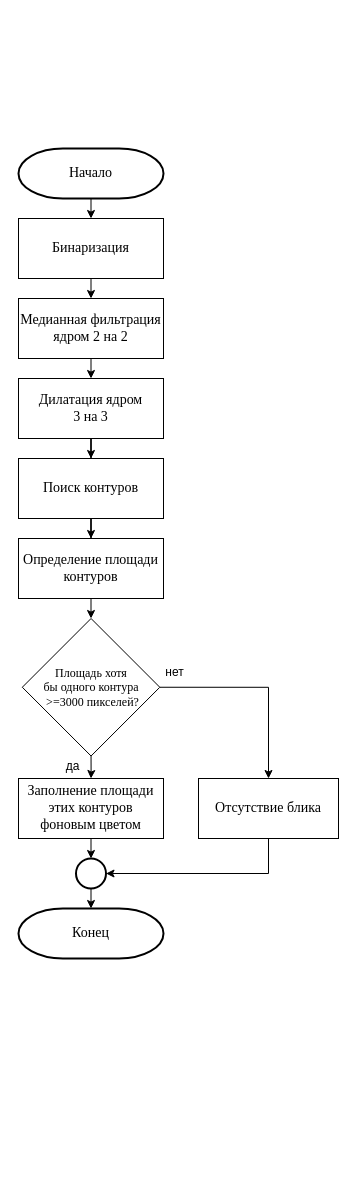
Before: page "А2 Удаление световых бликов" (2 of 7) of Flowcharts/Алгоритмы работы ИС.drawio in KanVull/Recognistion, a draw.io diagram. Source tidied: cells renumbered, new cells numbered last; positions are measured from the earlier drawing's top-left corner, leaving out a move shared by most shapes. Both pictures are drawn from the tidied source at 100%, with x=0, y=0 at pixel (18, 148).
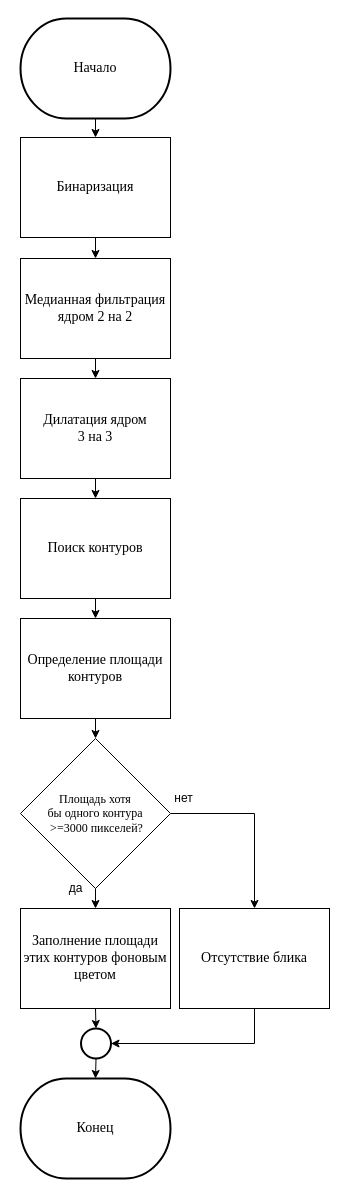
The same diagram, later.

Diff of the diagram source:
```diff
@@
     <mxCell id="3" value="&lt;font face=&quot;Times New Roman&quot; style=&quot;font-size: 14px&quot;&gt;Начало&lt;/font&gt;" style="strokeWidth=2;html=1;shape=mxgraph.flowchart.terminator;whiteSpace=wrap;" parent="1" vertex="1">
-      <mxGeometry width="145" height="50" as="geometry" />
+      <mxGeometry x="2" y="-130" width="150" height="100" as="geometry" />
     </mxCell>
-    <mxCell id="4" style="edgeStyle=orthogonalEdgeStyle;rounded=0;jettySize=auto;html=1;exitX=0.5;exitY=1;exitDx=0;exitDy=0;entryX=0.5;entryY=0;entryDx=0;entryDy=0;" parent="1" edge="1" source="5" target="7">
+    <mxCell id="4" style="edgeStyle=none;rounded=0;jettySize=auto;html=1;exitX=0.5;exitY=1;exitDx=0;exitDy=0;entryX=0.5;entryY=0;entryDx=0;entryDy=0;" parent="1" edge="1" source="5" target="7">
       <mxGeometry relative="1" as="geometry" />
     </mxCell>
     <mxCell id="5" value="&lt;font style=&quot;font-size: 14px&quot; face=&quot;Times New Roman&quot;&gt;Бинаризация&lt;/font&gt;" style="rounded=0;whiteSpace=wrap;html=1;" parent="1" vertex="1">
-      <mxGeometry y="70" width="145" height="60" as="geometry" />
+      <mxGeometry x="2" y="-11" width="150" height="100" as="geometry" />
     </mxCell>
-    <mxCell id="6" style="edgeStyle=orthogonalEdgeStyle;rounded=0;jettySize=auto;html=1;exitX=0.5;exitY=1;exitDx=0;exitDy=0;entryX=0.5;entryY=0;entryDx=0;entryDy=0;entryPerimeter=0;" parent="1" edge="1" source="7">
-      <mxGeometry relative="1" as="geometry">
-        <mxPoint x="72.5" y="230" as="targetPoint" />
-      </mxGeometry>
-    </mxCell>
+    <mxCell id="26" style="edgeStyle=none;rounded=0;jettySize=auto;html=1;exitX=0.5;exitY=1;exitDx=0;exitDy=0;entryX=0.5;entryY=0;entryDx=0;entryDy=0;" parent="1" edge="1" source="7" target="10">
+      <mxGeometry relative="1" as="geometry" />
+    </mxCell>
     <mxCell id="7" value="&lt;font face=&quot;Times New Roman&quot;&gt;&lt;span style=&quot;font-size: 14px&quot;&gt;Медианная фильтрация ядром 2 на 2&lt;/span&gt;&lt;/font&gt;" style="rounded=0;whiteSpace=wrap;html=1;" parent="1" vertex="1">
-      <mxGeometry y="150" width="145" height="60" as="geometry" />
+      <mxGeometry x="2" y="110" width="150" height="100" as="geometry" />
     </mxCell>
     <mxCell id="8" value="&lt;font face=&quot;Times New Roman&quot;&gt;&lt;span style=&quot;font-size: 14px&quot;&gt;Конец&lt;/span&gt;&lt;/font&gt;" style="strokeWidth=2;html=1;shape=mxgraph.flowchart.terminator;whiteSpace=wrap;" parent="1" vertex="1">
-      <mxGeometry y="760" width="145" height="50" as="geometry" />
+      <mxGeometry x="2" y="930" width="150" height="100" as="geometry" />
     </mxCell>
-    <mxCell id="9" style="edgeStyle=orthogonalEdgeStyle;rounded=0;jettySize=auto;html=1;" parent="1" edge="1" source="10" target="12">
+    <mxCell id="9" style="edgeStyle=none;rounded=0;jettySize=auto;html=1;exitX=0.5;exitY=1;exitDx=0;exitDy=0;entryX=0.5;entryY=0;entryDx=0;entryDy=0;" parent="1" edge="1" source="10" target="12">
       <mxGeometry relative="1" as="geometry" />
     </mxCell>
     <mxCell id="10" value="&lt;font face=&quot;Times New Roman&quot;&gt;&lt;span style=&quot;font-size: 14px&quot;&gt;Дилатация ядром &lt;br&gt;3 на 3&lt;/span&gt;&lt;/font&gt;" style="rounded=0;whiteSpace=wrap;html=1;" parent="1" vertex="1">
-      <mxGeometry y="230" width="145" height="60" as="geometry" />
+      <mxGeometry x="2" y="230" width="150" height="100" as="geometry" />
     </mxCell>
-    <mxCell id="11" style="edgeStyle=orthogonalEdgeStyle;rounded=0;jettySize=auto;html=1;" parent="1" edge="1" source="12" target="14">
+    <mxCell id="11" style="edgeStyle=none;rounded=0;jettySize=auto;html=1;exitX=0.5;exitY=1;exitDx=0;exitDy=0;entryX=0.5;entryY=0;entryDx=0;entryDy=0;" parent="1" edge="1" source="12" target="14">
       <mxGeometry relative="1" as="geometry" />
     </mxCell>
     <mxCell id="12" value="&lt;font face=&quot;Times New Roman&quot;&gt;&lt;span style=&quot;font-size: 14px&quot;&gt;Поиск контуров&lt;/span&gt;&lt;/font&gt;" style="rounded=0;whiteSpace=wrap;html=1;" parent="1" vertex="1">
-      <mxGeometry y="310" width="145" height="60" as="geometry" />
+      <mxGeometry x="2" y="350" width="150" height="100" as="geometry" />
     </mxCell>
-    <mxCell id="13" style="edgeStyle=orthogonalEdgeStyle;rounded=0;jettySize=auto;html=1;" parent="1" edge="1" source="14">
-      <mxGeometry relative="1" as="geometry">
-        <mxPoint x="72.5" y="470" as="targetPoint" />
-      </mxGeometry>
-    </mxCell>
+    <mxCell id="27" style="edgeStyle=none;rounded=0;jettySize=auto;html=1;exitX=0.5;exitY=1;exitDx=0;exitDy=0;entryX=0.5;entryY=0;entryDx=0;entryDy=0;" parent="1" edge="1" source="14" target="17">
+      <mxGeometry relative="1" as="geometry" />
+    </mxCell>
     <mxCell id="14" value="&lt;font face=&quot;Times New Roman&quot;&gt;&lt;span style=&quot;font-size: 14px&quot;&gt;Определение площади контуров&lt;/span&gt;&lt;/font&gt;" style="rounded=0;whiteSpace=wrap;html=1;" parent="1" vertex="1">
-      <mxGeometry y="390" width="145" height="60" as="geometry" />
+      <mxGeometry x="2" y="470" width="150" height="100" as="geometry" />
     </mxCell>
+    <mxCell id="16" style="edgeStyle=orthogonalEdgeStyle;rounded=0;jettySize=auto;html=1;exitX=1;exitY=0.5;exitDx=0;exitDy=0;entryX=0.5;entryY=0;entryDx=0;entryDy=0;" parent="1" edge="1" source="17" target="21">
+      <mxGeometry relative="1" as="geometry" />
+    </mxCell>
-    <mxCell id="15" style="edgeStyle=orthogonalEdgeStyle;rounded=0;jettySize=auto;html=1;exitX=0.5;exitY=1;exitDx=0;exitDy=0;" parent="1" edge="1" source="17" target="19">
+    <mxCell id="15" style="edgeStyle=none;rounded=0;jettySize=auto;html=1;exitX=0.5;exitY=1;exitDx=0;exitDy=0;entryX=0.5;entryY=0;entryDx=0;entryDy=0;" parent="1" edge="1" source="17" target="19">
       <mxGeometry relative="1" as="geometry" />
     </mxCell>
-    <mxCell id="16" style="edgeStyle=orthogonalEdgeStyle;rounded=0;jettySize=auto;html=1;exitX=1;exitY=0.5;exitDx=0;exitDy=0;entryX=0.5;entryY=0;entryDx=0;entryDy=0;" parent="1" edge="1" source="17" target="21">
-      <mxGeometry relative="1" as="geometry" />
-    </mxCell>
     <mxCell id="17" value="&lt;font face=&quot;Times New Roman&quot;&gt;Площадь хотя &lt;br&gt;бы одного контура&lt;br&gt;&amp;nbsp;&amp;gt;=3000 пикселей?&lt;/font&gt;" style="rhombus;whiteSpace=wrap;html=1;" parent="1" vertex="1">
-      <mxGeometry x="3.8" y="470" width="137.5" height="137.5" as="geometry" />
+      <mxGeometry x="2" y="590" width="150" height="150" as="geometry" />
     </mxCell>
@@
     <mxCell id="19" value="&lt;font face=&quot;Times New Roman&quot;&gt;&lt;span style=&quot;font-size: 14px&quot;&gt;Заполнение площади этих контуров фоновым цветом&lt;/span&gt;&lt;/font&gt;" style="rounded=0;whiteSpace=wrap;html=1;" parent="1" vertex="1">
-      <mxGeometry y="630" width="145" height="60" as="geometry" />
+      <mxGeometry x="2" y="760" width="150" height="100" as="geometry" />
     </mxCell>
@@
     <mxCell id="21" value="&lt;font face=&quot;Times New Roman&quot;&gt;&lt;span style=&quot;font-size: 14px&quot;&gt;Отсутствие блика&lt;/span&gt;&lt;/font&gt;" style="rounded=0;whiteSpace=wrap;html=1;" parent="1" vertex="1">
-      <mxGeometry x="180" y="630" width="140" height="60" as="geometry" />
+      <mxGeometry x="161" y="760" width="150" height="100" as="geometry" />
     </mxCell>
     <mxCell id="22" value="да" style="text;html=1;align=center;verticalAlign=middle;" parent="1" vertex="1">
-      <mxGeometry x="39" y="607.5" width="30" height="20" as="geometry" />
+      <mxGeometry x="41.5" y="730" width="30" height="20" as="geometry" />
     </mxCell>
     <mxCell id="23" value="нет" style="text;html=1;align=center;verticalAlign=middle;" parent="1" vertex="1">
-      <mxGeometry x="141.2" y="514" width="30" height="20" as="geometry" />
+      <mxGeometry x="150" y="640" width="30" height="20" as="geometry" />
     </mxCell>
@@
     <mxCell id="25" style="strokeWidth=2;html=1;shape=mxgraph.flowchart.start_2;whiteSpace=wrap;" parent="1" vertex="1">
-      <mxGeometry x="57.5" y="710" width="30" height="30" as="geometry" />
+      <mxGeometry x="62.5" y="880" width="30" height="30" as="geometry" />
     </mxCell>
```
